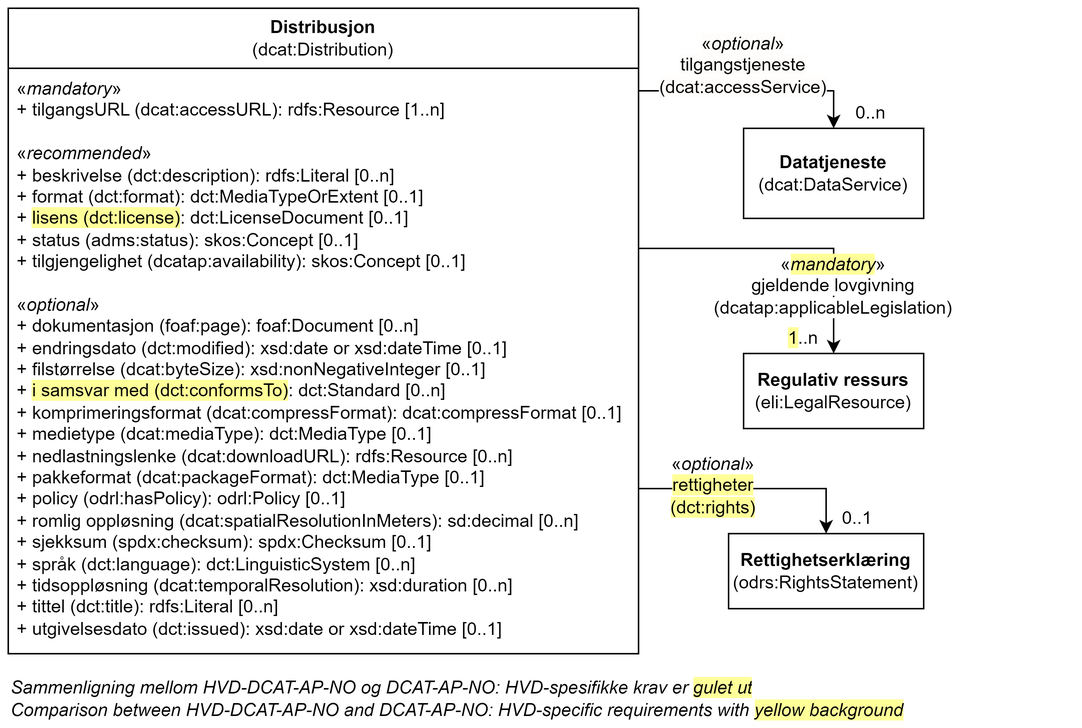
Before: docs/images/Klassen-Distribusjon.png, a diagram exported from draw.io (Informasjonsforvaltning/hvd-dcat-ap-no). Source tidied: cells renumbered, new cells last; positions are measured from the earlier drawing's top-left corner, leaving out a move shared by most shapes.
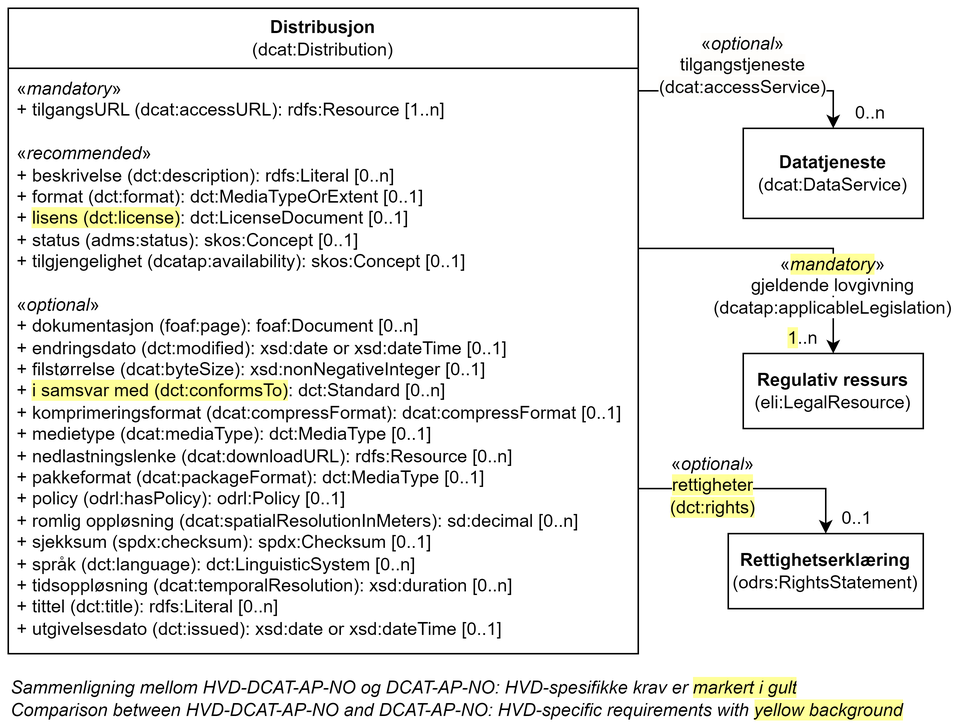
After the change.

Commit message:
Oppdaterer Distribusjon

Diff of the diagram source:
```diff
@@ -60,8 +60,8 @@
     <mxCell id="15" value="0..1" style="text;html=1;strokeColor=none;fillColor=none;align=center;verticalAlign=middle;whiteSpace=wrap;rounded=0;" parent="1" vertex="1">
       <mxGeometry x="552" y="330" width="28" height="20" as="geometry" />
     </mxCell>
-    <mxCell id="16" value="Sammenligning mellom HVD-DCAT-AP-NO og DCAT-AP-NO: HVD-spesifikke krav er&amp;nbsp;&lt;span style=&quot;background-color: rgb(255, 255, 153);&quot;&gt;gulet ut&lt;/span&gt;&lt;span style=&quot;background-color: rgb(255 , 255 , 255)&quot;&gt;&amp;nbsp;&lt;/span&gt;&lt;div&gt;&lt;span style=&quot;background-color: rgb(255 , 255 , 255)&quot;&gt;Comparison between HVD-DCAT-AP-NO and DCAT-AP-NO: HVD-specific requirements with &lt;/span&gt;&lt;span style=&quot;background-color: rgb(255, 255, 153);&quot;&gt;yellow background&lt;/span&gt;&lt;/div&gt;" style="text;html=1;strokeColor=none;fillColor=none;align=left;verticalAlign=middle;whiteSpace=wrap;rounded=0;fontStyle=2;" parent="1" vertex="1">
-      <mxGeometry y="450" width="710" height="20" as="geometry" />
-    </mxCell>
+    <mxCell id="17" value="Sammenligning mellom HVD-DCAT-AP-NO og DCAT-AP-NO: HVD-spesifikke krav er&amp;nbsp;&lt;span style=&quot;background-color: rgb(255, 255, 153);&quot;&gt;markert i gult&lt;/span&gt;&lt;span style=&quot;background-color: rgb(255 , 255 , 255)&quot;&gt;&amp;nbsp;&lt;/span&gt;&lt;div&gt;&lt;span style=&quot;background-color: rgb(255 , 255 , 255)&quot;&gt;Comparison between HVD-DCAT-AP-NO and DCAT-AP-NO: HVD-specific requirements with &lt;/span&gt;&lt;span style=&quot;background-color: rgb(255, 255, 153);&quot;&gt;yellow background&lt;/span&gt;&lt;/div&gt;" style="text;html=1;strokeColor=none;fillColor=none;align=left;verticalAlign=middle;whiteSpace=wrap;rounded=0;fontStyle=2;" parent="1" vertex="1">
+      <mxGeometry y="450" width="610" height="20" as="geometry" />
+    </mxCell>
   </root>
 </mxGraphModel>
```
